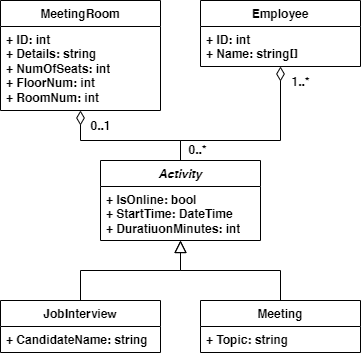
Above: Class diagram.png in nico188f/KMDMeetingApp (draw.io), before the change. Source tidied: cells renumbered, new cells last; positions are measured from the earlier drawing's top-left corner, leaving out a move shared by most shapes. Its diagram source:
```xml
<mxGraphModel>
  <root>
    <mxCell id="0" />
    <mxCell id="1" parent="0" />
    <mxCell id="2" value="MeetingRoom" style="swimlane;fontStyle=1;align=center;verticalAlign=top;horizontal=1;startSize=26;whiteSpace=wrap;html=1;fillStyle=auto;strokeColor=default;swimlaneFillColor=default;fontFamily=Helvetica;fontSize=12;fontColor=default;fillColor=default;" parent="1" vertex="1">
      <mxGeometry width="160" height="110" as="geometry" />
    </mxCell>
    <mxCell id="3" value="+ ID: int&lt;div&gt;+ Details: string&lt;br&gt;&lt;div&gt;+ NumOfSeats: int&lt;/div&gt;&lt;/div&gt;&lt;div&gt;+ FloorNum: int&lt;/div&gt;&lt;div&gt;+ RoomNum: int&lt;/div&gt;&lt;div&gt;&lt;br&gt;&lt;/div&gt;" style="text;strokeColor=none;fillColor=none;align=left;verticalAlign=top;spacingLeft=4;spacingRight=4;overflow=hidden;whiteSpace=wrap;html=1;fontFamily=Helvetica;fontSize=12;fontColor=default;fontStyle=1;" parent="2" vertex="1">
      <mxGeometry y="26" width="160" height="84" as="geometry" />
    </mxCell>
    <mxCell id="4" style="edgeStyle=orthogonalEdgeStyle;shape=connector;rounded=0;jettySize=auto;html=1;exitX=0.5;exitY=0;exitDx=0;exitDy=0;strokeColor=default;align=center;verticalAlign=middle;fontFamily=Helvetica;fontSize=12;fontColor=default;fontStyle=1;labelBackgroundColor=default;startArrow=none;startFill=0;startSize=12;endArrow=diamondThin;endFill=0;endSize=12;" parent="1" edge="1" source="9" target="2">
      <mxGeometry relative="1" as="geometry">
        <Array as="points">
          <mxPoint x="180" y="140" />
          <mxPoint x="80" y="140" />
        </Array>
      </mxGeometry>
    </mxCell>
    <mxCell id="5" value="0..1" style="edgeLabel;html=1;align=center;verticalAlign=middle;fontSize=12;fontFamily=Helvetica;fontColor=default;fontStyle=1;labelBackgroundColor=none;fillColor=none;gradientColor=none;" parent="4" vertex="1">
      <mxGeometry x="0.79" y="1" relative="1" as="geometry">
        <mxPoint x="21" as="offset" />
      </mxGeometry>
    </mxCell>
    <mxCell id="6" style="edgeStyle=orthogonalEdgeStyle;shape=connector;rounded=0;jettySize=auto;html=1;exitX=0.5;exitY=0;exitDx=0;exitDy=0;strokeColor=default;align=center;verticalAlign=middle;fontFamily=Helvetica;fontSize=12;fontColor=default;fontStyle=1;labelBackgroundColor=default;startArrow=none;startFill=0;startSize=12;endArrow=diamondThin;endFill=0;endSize=12;" parent="1" edge="1" source="9" target="17">
      <mxGeometry relative="1" as="geometry">
        <Array as="points">
          <mxPoint x="180" y="140" />
          <mxPoint x="280" y="140" />
        </Array>
      </mxGeometry>
    </mxCell>
    <mxCell id="7" value="1..*" style="edgeLabel;html=1;align=center;verticalAlign=middle;fontSize=12;fontFamily=Helvetica;fontColor=default;fontStyle=1;labelBackgroundColor=none;" parent="6" vertex="1">
      <mxGeometry x="0.84" relative="1" as="geometry">
        <mxPoint x="20" as="offset" />
      </mxGeometry>
    </mxCell>
    <mxCell id="8" value="0..*" style="edgeLabel;html=1;align=center;verticalAlign=middle;fontSize=12;fontFamily=Helvetica;fontColor=default;fontStyle=1;labelBackgroundColor=none;fillColor=none;gradientColor=none;" parent="6" vertex="1">
      <mxGeometry x="-0.63" y="1" relative="1" as="geometry">
        <mxPoint y="11" as="offset" />
      </mxGeometry>
    </mxCell>
    <mxCell id="9" value="&lt;i&gt;Activity&lt;/i&gt;" style="swimlane;fontStyle=1;align=center;verticalAlign=top;horizontal=1;startSize=26;whiteSpace=wrap;html=1;fillStyle=auto;strokeColor=default;swimlaneFillColor=default;fontFamily=Helvetica;fontSize=12;fontColor=default;fillColor=default;" parent="1" vertex="1">
      <mxGeometry x="100" y="160" width="160" height="80" as="geometry" />
    </mxCell>
    <mxCell id="10" value="+ IsOnline: bool&lt;div&gt;+ StartTime: DateTime&lt;/div&gt;&lt;div&gt;+ DuratiuonMinutes: int&lt;/div&gt;&lt;div&gt;&lt;br&gt;&lt;/div&gt;" style="text;strokeColor=none;fillColor=none;align=left;verticalAlign=top;spacingLeft=4;spacingRight=4;overflow=hidden;whiteSpace=wrap;html=1;fontFamily=Helvetica;fontSize=12;fontColor=default;fontStyle=1;" parent="9" vertex="1">
      <mxGeometry y="26" width="160" height="54" as="geometry" />
    </mxCell>
    <mxCell id="11" style="edgeStyle=orthogonalEdgeStyle;shape=connector;rounded=0;jettySize=auto;html=1;exitX=0.5;exitY=0;exitDx=0;exitDy=0;strokeColor=default;align=center;verticalAlign=middle;fontFamily=Helvetica;fontSize=12;fontColor=default;fontStyle=1;labelBackgroundColor=default;startArrow=none;startFill=0;startSize=10;endArrow=block;endFill=0;endSize=10;" parent="1" edge="1" source="12" target="9">
      <mxGeometry relative="1" as="geometry">
        <Array as="points">
          <mxPoint x="280" y="270" />
          <mxPoint x="180" y="270" />
        </Array>
      </mxGeometry>
    </mxCell>
    <mxCell id="12" value="Meeting" style="swimlane;fontStyle=1;align=center;verticalAlign=top;horizontal=1;startSize=26;whiteSpace=wrap;html=1;fillStyle=auto;strokeColor=default;swimlaneFillColor=default;fontFamily=Helvetica;fontSize=12;fontColor=default;fillColor=default;" parent="1" vertex="1">
      <mxGeometry x="200" y="300" width="160" height="52" as="geometry" />
    </mxCell>
    <mxCell id="13" value="+ Topic: string" style="text;strokeColor=none;fillColor=none;align=left;verticalAlign=top;spacingLeft=4;spacingRight=4;overflow=hidden;whiteSpace=wrap;html=1;fontFamily=Helvetica;fontSize=12;fontColor=default;fontStyle=1;" parent="12" vertex="1">
      <mxGeometry y="26" width="160" height="26" as="geometry" />
    </mxCell>
    <mxCell id="14" style="edgeStyle=orthogonalEdgeStyle;shape=connector;rounded=0;jettySize=auto;html=1;exitX=0.5;exitY=0;exitDx=0;exitDy=0;strokeColor=default;align=center;verticalAlign=middle;fontFamily=Helvetica;fontSize=12;fontColor=default;fontStyle=1;labelBackgroundColor=default;startArrow=none;startFill=0;startSize=10;endArrow=block;endFill=0;endSize=10;" parent="1" edge="1" source="15" target="9">
      <mxGeometry relative="1" as="geometry">
        <Array as="points">
          <mxPoint x="80" y="270" />
          <mxPoint x="180" y="270" />
        </Array>
      </mxGeometry>
    </mxCell>
    <mxCell id="15" value="JobInterview" style="swimlane;fontStyle=1;align=center;verticalAlign=top;horizontal=1;startSize=26;whiteSpace=wrap;html=1;fillStyle=auto;strokeColor=default;swimlaneFillColor=default;fontFamily=Helvetica;fontSize=12;fontColor=default;fillColor=default;" parent="1" vertex="1">
      <mxGeometry y="300" width="160" height="52" as="geometry" />
    </mxCell>
    <mxCell id="16" value="+ CandidateName: string" style="text;strokeColor=none;fillColor=none;align=left;verticalAlign=top;spacingLeft=4;spacingRight=4;overflow=hidden;whiteSpace=wrap;html=1;fontFamily=Helvetica;fontSize=12;fontColor=default;fontStyle=1;" parent="15" vertex="1">
      <mxGeometry y="26" width="160" height="26" as="geometry" />
    </mxCell>
    <mxCell id="17" value="Employee" style="swimlane;fontStyle=1;align=center;verticalAlign=top;horizontal=1;startSize=26;whiteSpace=wrap;html=1;fillStyle=auto;strokeColor=default;swimlaneFillColor=default;fontFamily=Helvetica;fontSize=12;fontColor=default;fillColor=default;" parent="1" vertex="1">
      <mxGeometry x="200" width="160" height="66" as="geometry" />
    </mxCell>
    <mxCell id="18" value="+ ID: int&lt;div&gt;+ Name: string[]&lt;/div&gt;" style="text;strokeColor=none;fillColor=none;align=left;verticalAlign=top;spacingLeft=4;spacingRight=4;overflow=hidden;whiteSpace=wrap;html=1;fontFamily=Helvetica;fontSize=12;fontColor=default;fontStyle=1;" parent="17" vertex="1">
      <mxGeometry y="26" width="160" height="40" as="geometry" />
    </mxCell>
  </root>
</mxGraphModel>
```
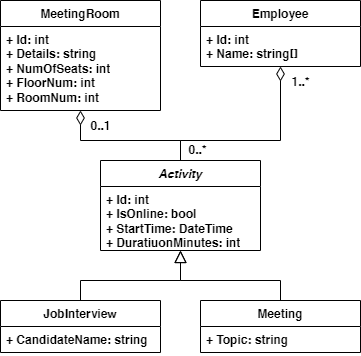
After the change.

The edit, as a diff of the source:
```diff
@@ -5,7 +5,7 @@
     <mxCell id="2" value="MeetingRoom" style="swimlane;fontStyle=1;align=center;verticalAlign=top;horizontal=1;startSize=26;whiteSpace=wrap;html=1;fillStyle=auto;strokeColor=default;swimlaneFillColor=default;fontFamily=Helvetica;fontSize=12;fontColor=default;fillColor=default;" parent="1" vertex="1">
       <mxGeometry width="160" height="110" as="geometry" />
     </mxCell>
-    <mxCell id="3" value="+ ID: int&lt;div&gt;+ Details: string&lt;br&gt;&lt;div&gt;+ NumOfSeats: int&lt;/div&gt;&lt;/div&gt;&lt;div&gt;+ FloorNum: int&lt;/div&gt;&lt;div&gt;+ RoomNum: int&lt;/div&gt;&lt;div&gt;&lt;br&gt;&lt;/div&gt;" style="text;strokeColor=none;fillColor=none;align=left;verticalAlign=top;spacingLeft=4;spacingRight=4;overflow=hidden;whiteSpace=wrap;html=1;fontFamily=Helvetica;fontSize=12;fontColor=default;fontStyle=1;" parent="2" vertex="1">
+    <mxCell id="3" value="+ Id: int&lt;div&gt;+ Details: string&lt;br&gt;&lt;div&gt;+ NumOfSeats: int&lt;/div&gt;&lt;/div&gt;&lt;div&gt;+ FloorNum: int&lt;/div&gt;&lt;div&gt;+ RoomNum: int&lt;/div&gt;&lt;div&gt;&lt;br&gt;&lt;/div&gt;" style="text;strokeColor=none;fillColor=none;align=left;verticalAlign=top;spacingLeft=4;spacingRight=4;overflow=hidden;whiteSpace=wrap;html=1;fontFamily=Helvetica;fontSize=12;fontColor=default;fontStyle=1;" parent="2" vertex="1">
       <mxGeometry y="26" width="160" height="84" as="geometry" />
     </mxCell>
     <mxCell id="4" style="edgeStyle=orthogonalEdgeStyle;shape=connector;rounded=0;jettySize=auto;html=1;exitX=0.5;exitY=0;exitDx=0;exitDy=0;strokeColor=default;align=center;verticalAlign=middle;fontFamily=Helvetica;fontSize=12;fontColor=default;fontStyle=1;labelBackgroundColor=default;startArrow=none;startFill=0;startSize=12;endArrow=diamondThin;endFill=0;endSize=12;" parent="1" edge="1" source="9" target="2">
@@ -40,16 +40,16 @@
       </mxGeometry>
     </mxCell>
     <mxCell id="9" value="&lt;i&gt;Activity&lt;/i&gt;" style="swimlane;fontStyle=1;align=center;verticalAlign=top;horizontal=1;startSize=26;whiteSpace=wrap;html=1;fillStyle=auto;strokeColor=default;swimlaneFillColor=default;fontFamily=Helvetica;fontSize=12;fontColor=default;fillColor=default;" parent="1" vertex="1">
-      <mxGeometry x="100" y="160" width="160" height="80" as="geometry" />
+      <mxGeometry x="100" y="160" width="160" height="90" as="geometry" />
     </mxCell>
-    <mxCell id="10" value="+ IsOnline: bool&lt;div&gt;+ StartTime: DateTime&lt;/div&gt;&lt;div&gt;+ DuratiuonMinutes: int&lt;/div&gt;&lt;div&gt;&lt;br&gt;&lt;/div&gt;" style="text;strokeColor=none;fillColor=none;align=left;verticalAlign=top;spacingLeft=4;spacingRight=4;overflow=hidden;whiteSpace=wrap;html=1;fontFamily=Helvetica;fontSize=12;fontColor=default;fontStyle=1;" parent="9" vertex="1">
-      <mxGeometry y="26" width="160" height="54" as="geometry" />
+    <mxCell id="10" value="+ Id: int&lt;div&gt;+ IsOnline: bool&lt;div&gt;+ StartTime: DateTime&lt;/div&gt;&lt;div&gt;+ DuratiuonMinutes: int&lt;/div&gt;&lt;div&gt;&lt;br&gt;&lt;/div&gt;&lt;/div&gt;" style="text;strokeColor=none;fillColor=none;align=left;verticalAlign=top;spacingLeft=4;spacingRight=4;overflow=hidden;whiteSpace=wrap;html=1;fontFamily=Helvetica;fontSize=12;fontColor=default;fontStyle=1;" parent="9" vertex="1">
+      <mxGeometry y="26" width="160" height="64" as="geometry" />
     </mxCell>
     <mxCell id="11" style="edgeStyle=orthogonalEdgeStyle;shape=connector;rounded=0;jettySize=auto;html=1;exitX=0.5;exitY=0;exitDx=0;exitDy=0;strokeColor=default;align=center;verticalAlign=middle;fontFamily=Helvetica;fontSize=12;fontColor=default;fontStyle=1;labelBackgroundColor=default;startArrow=none;startFill=0;startSize=10;endArrow=block;endFill=0;endSize=10;" parent="1" edge="1" source="12" target="9">
       <mxGeometry relative="1" as="geometry">
         <Array as="points">
-          <mxPoint x="280" y="270" />
-          <mxPoint x="180" y="270" />
+          <mxPoint x="280" y="280" />
+          <mxPoint x="180" y="280" />
         </Array>
       </mxGeometry>
     </mxCell>
@@ -62,8 +62,8 @@
     <mxCell id="14" style="edgeStyle=orthogonalEdgeStyle;shape=connector;rounded=0;jettySize=auto;html=1;exitX=0.5;exitY=0;exitDx=0;exitDy=0;strokeColor=default;align=center;verticalAlign=middle;fontFamily=Helvetica;fontSize=12;fontColor=default;fontStyle=1;labelBackgroundColor=default;startArrow=none;startFill=0;startSize=10;endArrow=block;endFill=0;endSize=10;" parent="1" edge="1" source="15" target="9">
       <mxGeometry relative="1" as="geometry">
         <Array as="points">
-          <mxPoint x="80" y="270" />
-          <mxPoint x="180" y="270" />
+          <mxPoint x="80" y="280" />
+          <mxPoint x="180" y="280" />
         </Array>
       </mxGeometry>
     </mxCell>
@@ -76,7 +76,7 @@
     <mxCell id="17" value="Employee" style="swimlane;fontStyle=1;align=center;verticalAlign=top;horizontal=1;startSize=26;whiteSpace=wrap;html=1;fillStyle=auto;strokeColor=default;swimlaneFillColor=default;fontFamily=Helvetica;fontSize=12;fontColor=default;fillColor=default;" parent="1" vertex="1">
       <mxGeometry x="200" width="160" height="66" as="geometry" />
     </mxCell>
-    <mxCell id="18" value="+ ID: int&lt;div&gt;+ Name: string[]&lt;/div&gt;" style="text;strokeColor=none;fillColor=none;align=left;verticalAlign=top;spacingLeft=4;spacingRight=4;overflow=hidden;whiteSpace=wrap;html=1;fontFamily=Helvetica;fontSize=12;fontColor=default;fontStyle=1;" parent="17" vertex="1">
+    <mxCell id="18" value="+ Id: int&lt;div&gt;+ Name: string[]&lt;/div&gt;" style="text;strokeColor=none;fillColor=none;align=left;verticalAlign=top;spacingLeft=4;spacingRight=4;overflow=hidden;whiteSpace=wrap;html=1;fontFamily=Helvetica;fontSize=12;fontColor=default;fontStyle=1;" parent="17" vertex="1">
       <mxGeometry y="26" width="160" height="40" as="geometry" />
     </mxCell>
   </root>
```
